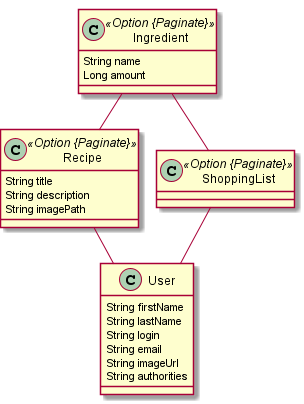
This is jhipster-jdl.png from lrasata/recipe-book-project, a PlantUML export, as it was before one commit.
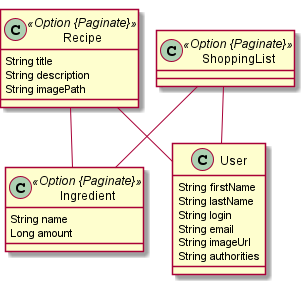
After the commit.

Diff of the diagram source:
```diff
@@ -14,8 +14,8 @@
 	}
 	Recipe  "user 0..1 " -- "0..1 "  User
 	ShoppingList  "user 0..1 " -- "0..1 "  User
-	Ingredient  "0..1 " --o "Ingredient 0..* "  Recipe
-	Ingredient  "0..1 " --o "Ingredient 0..* "  ShoppingList
+	Recipe  "ingredient 0..* " o--o "recipe 0..* "  Ingredient
+	ShoppingList  "ingredient 0..* " o--o "shoppingList 0..* "  Ingredient
 	class User  {
 		String firstName
 		String lastName
```
